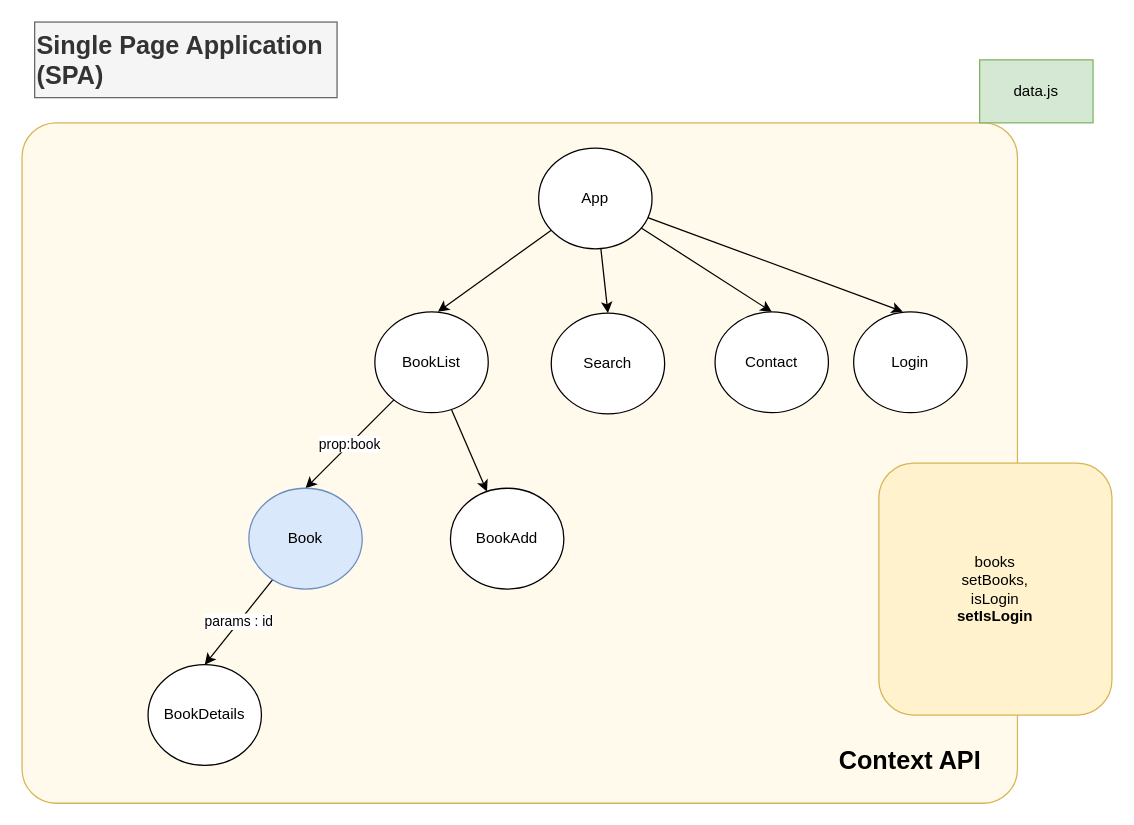
This is page "day-05-bs-store-components" (6 of 6) of day-05/draw.drawio from zcomert/BtkAkademiDotNetBootCamp, a draw.io file, before an edit. Source tidied: cells renumbered, new cells numbered last; positions are measured from the earlier drawing's top-left corner, leaving out a move shared by most shapes. Both pictures are drawn from the tidied source at 126%, with x=0, y=0 at pixel (21, 21).
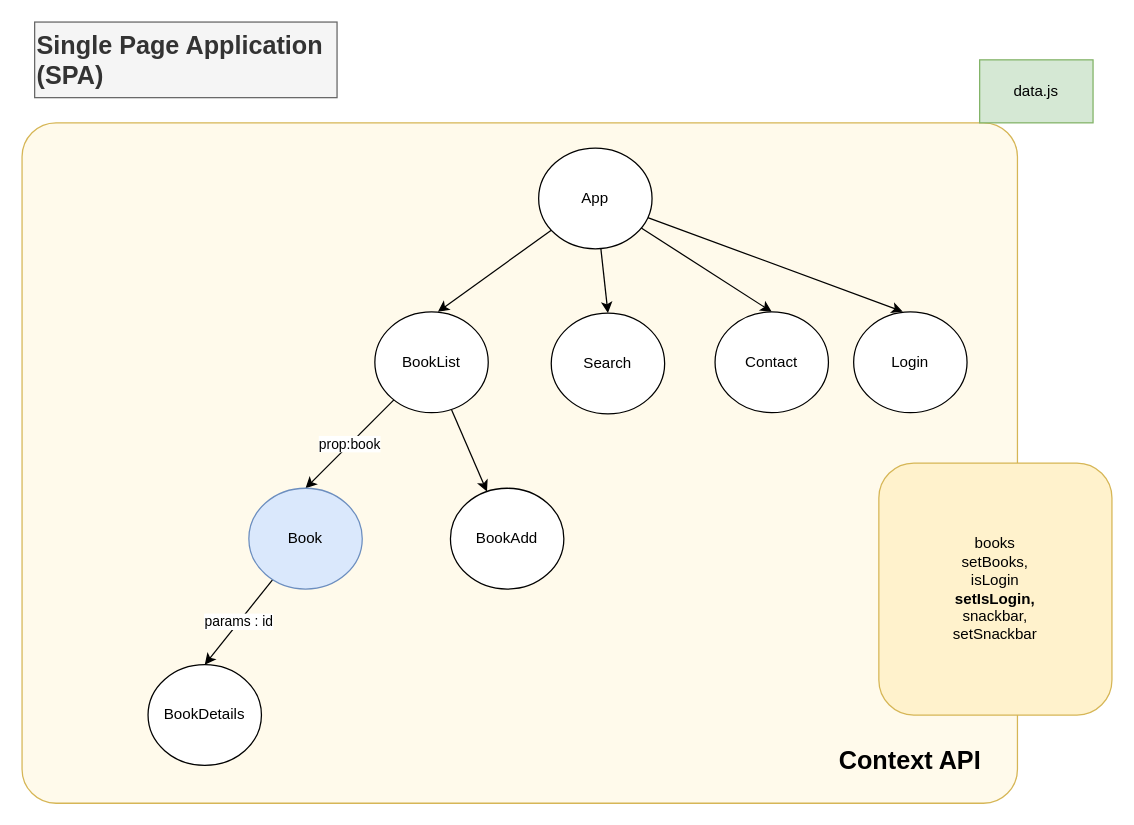
The same diagram, later.

Diff of the diagram source:
```diff
@@
-    <mxCell id="21" value="books&lt;br&gt;setBooks,&lt;br&gt;isLogin&lt;br&gt;&lt;b&gt;setIsLogin&lt;/b&gt;" style="rounded=1;whiteSpace=wrap;html=1;fillColor=#fff2cc;strokeColor=#d6b656;" parent="1" vertex="1">
+    <mxCell id="21" value="books&lt;br&gt;setBooks,&lt;br&gt;isLogin&lt;br&gt;&lt;b&gt;setIsLogin,&lt;/b&gt;&lt;br&gt;snackbar,&lt;br&gt;setSnackbar" style="rounded=1;whiteSpace=wrap;html=1;fillColor=#fff2cc;strokeColor=#d6b656;" parent="1" vertex="1">
       <mxGeometry x="680" y="350" width="185" height="200" as="geometry" />
     </mxCell>
```
